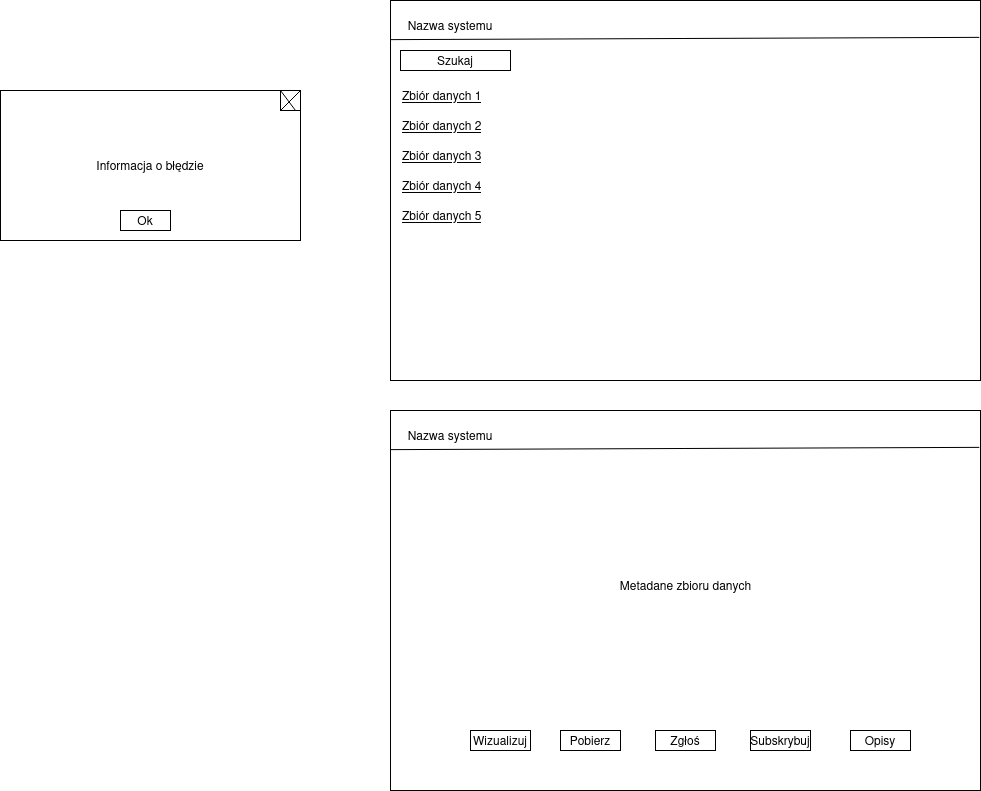
Before: Opisy przypadków użycia/oknaPU003.png, a diagram exported from draw.io (kokolodziejska/IWO). Source tidied: cells renumbered, new cells last; positions are measured from the earlier drawing's top-left corner, leaving out a move shared by most shapes.
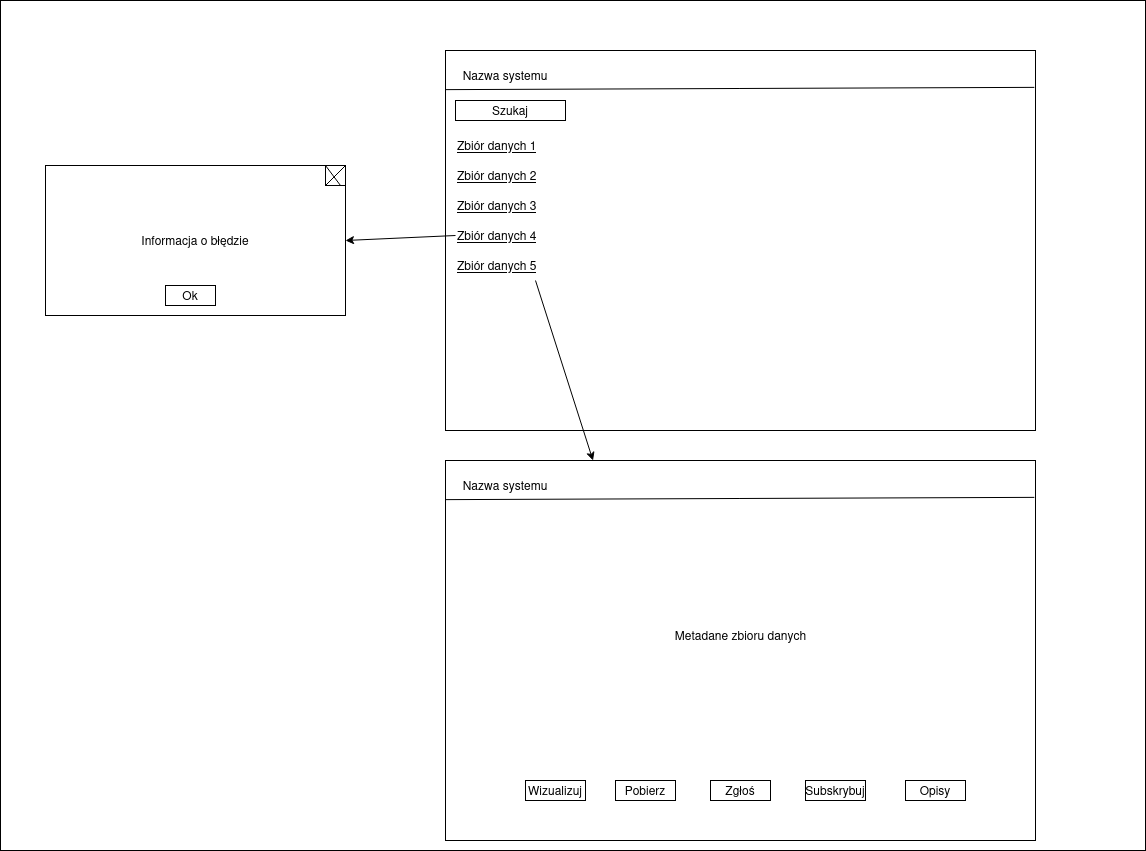
Above is the later version.

Diff of the diagram source:
```diff
@@ -2,6 +2,9 @@
   <root>
     <mxCell id="0" />
     <mxCell id="1" parent="0" />
+    <mxCell id="27" style="rounded=0;whiteSpace=wrap;html=1;" parent="1" vertex="1">
+      <mxGeometry x="-55" y="-50" width="1145" height="850" as="geometry" />
+    </mxCell>
     <mxCell id="2" style="rounded=0;whiteSpace=wrap;html=1;" parent="1" vertex="1">
       <mxGeometry x="390" width="590" height="380" as="geometry" />
     </mxCell>
@@ -60,16 +63,16 @@
       <mxGeometry x="850" y="730" width="60" height="20" as="geometry" />
     </mxCell>
     <mxCell id="21" style="rounded=0;whiteSpace=wrap;html=1;" parent="1" vertex="1">
-      <mxGeometry y="90" width="300" height="150" as="geometry" />
+      <mxGeometry x="-10" y="115" width="300" height="150" as="geometry" />
     </mxCell>
     <mxCell id="22" value="Informacja o błędzie" style="text;html=1;align=center;verticalAlign=middle;whiteSpace=wrap;rounded=0;" parent="1" vertex="1">
-      <mxGeometry x="50" y="125" width="200" height="80" as="geometry" />
+      <mxGeometry x="40" y="150" width="200" height="80" as="geometry" />
     </mxCell>
     <mxCell id="23" value="Ok" style="rounded=0;whiteSpace=wrap;html=1;" parent="1" vertex="1">
-      <mxGeometry x="120" y="210" width="50" height="20" as="geometry" />
+      <mxGeometry x="110" y="235" width="50" height="20" as="geometry" />
     </mxCell>
     <mxCell id="24" style="whiteSpace=wrap;html=1;" parent="1" vertex="1">
-      <mxGeometry x="280" y="90" width="20" height="20" as="geometry" />
+      <mxGeometry x="270" y="115" width="20" height="20" as="geometry" />
     </mxCell>
     <mxCell id="25" style="endArrow=none;html=1;rounded=0;exitX=0;exitY=0;exitDx=0;exitDy=0;entryX=0.75;entryY=1;entryDx=0;entryDy=0;" parent="1" edge="1" source="24" target="24">
       <mxGeometry relative="1" as="geometry" />
@@ -77,5 +80,11 @@
     <mxCell id="26" style="endArrow=none;html=1;rounded=0;entryX=1;entryY=0;entryDx=0;entryDy=0;exitX=0;exitY=1;exitDx=0;exitDy=0;" parent="1" edge="1" source="24" target="21">
       <mxGeometry relative="1" as="geometry" />
     </mxCell>
+    <mxCell id="28" style="endArrow=classic;html=1;rounded=0;entryX=1;entryY=0.5;entryDx=0;entryDy=0;exitX=0;exitY=0.5;exitDx=0;exitDy=0;" parent="1" edge="1" source="11" target="21">
+      <mxGeometry relative="1" as="geometry" />
+    </mxCell>
+    <mxCell id="29" style="endArrow=classic;html=1;rounded=0;exitX=0.5;exitY=1;exitDx=0;exitDy=0;entryX=0.25;entryY=0;entryDx=0;entryDy=0;" parent="1" edge="1" source="9" target="12">
+      <mxGeometry relative="1" as="geometry" />
+    </mxCell>
   </root>
 </mxGraphModel>
```
